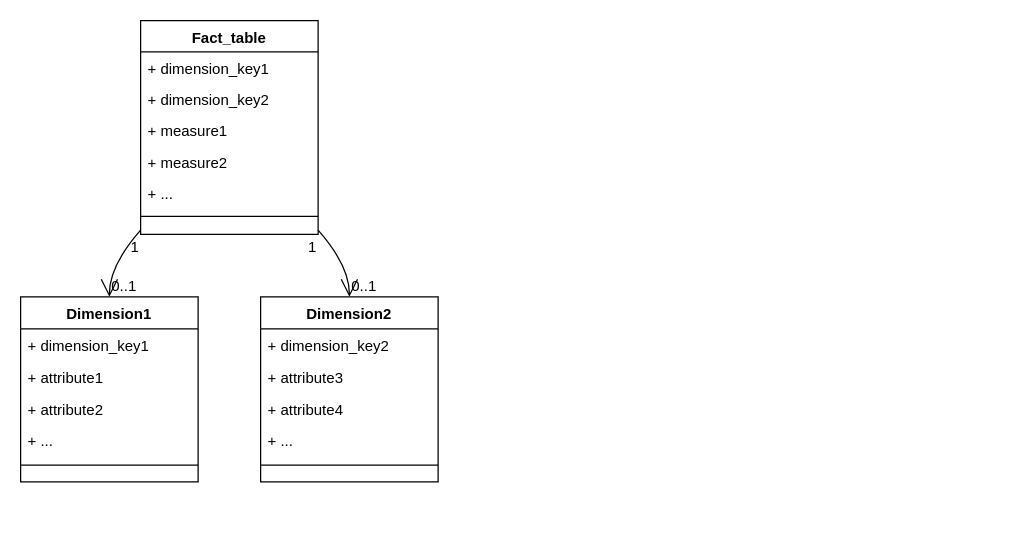
Above: Untitled Diagram.drawio in WambuiGichuru/magetrial (draw.io), before the change. Source tidied: cells renumbered, new cells numbered last; positions are measured from the earlier drawing's top-left corner, leaving out a move shared by most shapes. Both pictures are drawn from the tidied source at 125%, with x=0, y=0 at pixel (20, 20).
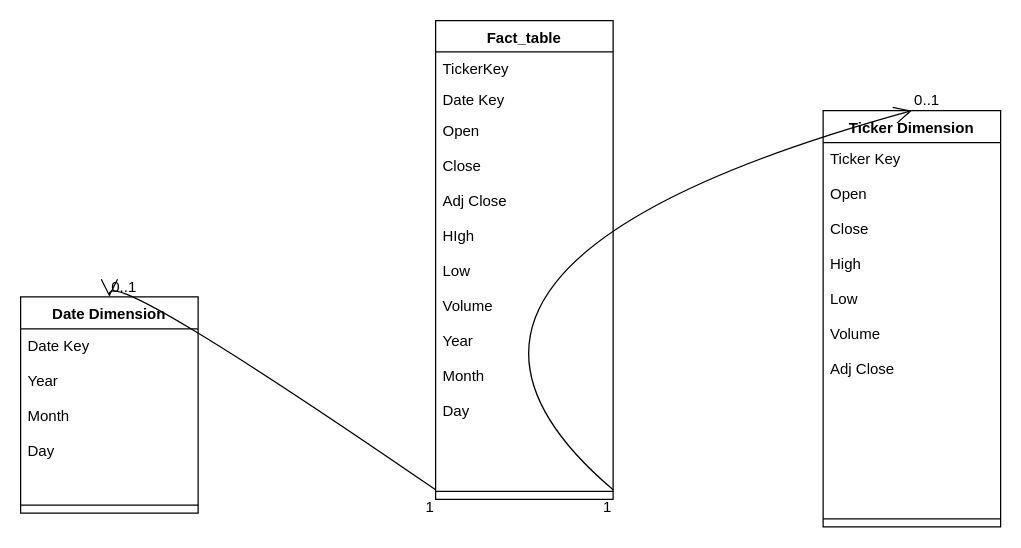
The same diagram, later.

The edit, as a diff of the source:
```diff
@@
     <mxCell id="2" value="Fact_table" style="swimlane;fontStyle=1;align=center;verticalAlign=top;horizontal=1;startSize=25.076923076923077;" parent="1" vertex="1">
-      <mxGeometry x="96" width="142" height="171" as="geometry" />
+      <mxGeometry x="332" width="142" height="383" as="geometry" />
     </mxCell>
-    <mxCell id="3" value="+ dimension_key1" style="text;strokeColor=none;fillColor=none;align=left;verticalAlign=top;spacingLeft=4;spacingRight=4;overflow=hidden;" parent="2" vertex="1">
-      <mxGeometry y="25" width="142" height="25" as="geometry" />
+    <mxCell id="3" value="TickerKey" style="text;strokeColor=none;fillColor=none;align=left;verticalAlign=top;spacingLeft=4;spacingRight=4;overflow=hidden;" parent="2" vertex="1">
+      <mxGeometry y="25.1" width="142" height="25" as="geometry" />
     </mxCell>
-    <mxCell id="4" value="+ dimension_key2" style="text;strokeColor=none;fillColor=none;align=left;verticalAlign=top;spacingLeft=4;spacingRight=4;overflow=hidden;" parent="2" vertex="1">
-      <mxGeometry y="50" width="142" height="25" as="geometry" />
+    <mxCell id="4" value="Date Key" style="text;strokeColor=none;fillColor=none;align=left;verticalAlign=top;spacingLeft=4;spacingRight=4;overflow=hidden;" parent="2" vertex="1">
+      <mxGeometry y="50.1" width="142" height="25" as="geometry" />
     </mxCell>
-    <mxCell id="5" value="+ measure1" style="text;strokeColor=none;fillColor=none;align=left;verticalAlign=top;spacingLeft=4;spacingRight=4;overflow=hidden;" parent="2" vertex="1">
-      <mxGeometry y="75" width="142" height="25" as="geometry" />
-    </mxCell>
-    <mxCell id="6" value="+ measure2" style="text;strokeColor=none;fillColor=none;align=left;verticalAlign=top;spacingLeft=4;spacingRight=4;overflow=hidden;" parent="2" vertex="1">
-      <mxGeometry y="100" width="142" height="25" as="geometry" />
-    </mxCell>
-    <mxCell id="7" value="+ ..." style="text;strokeColor=none;fillColor=none;align=left;verticalAlign=top;spacingLeft=4;spacingRight=4;overflow=hidden;" parent="2" vertex="1">
-      <mxGeometry y="125" width="142" height="25" as="geometry" />
+    <mxCell id="7" value="Open&#10;&#10;Close&#10;&#10;Adj Close&#10;&#10;HIgh&#10;&#10;Low&#10;&#10;Volume&#10;&#10;Year&#10;&#10;Month&#10;&#10;Day" style="text;strokeColor=none;fillColor=none;align=left;verticalAlign=top;spacingLeft=4;spacingRight=4;overflow=hidden;" parent="2" vertex="1">
+      <mxGeometry y="75.1" width="142" height="294.9" as="geometry" />
     </mxCell>
     <mxCell id="8" style="line;strokeWidth=1;fillColor=none;align=left;verticalAlign=middle;spacingTop=-1;spacingLeft=3;spacingRight=3;labelPosition=right;strokeColor=inherit;" parent="2" vertex="1">
-      <mxGeometry y="150" width="142" height="13" as="geometry" />
+      <mxGeometry y="370" width="142" height="13" as="geometry" />
     </mxCell>
-    <mxCell id="9" value="Dimension1" style="swimlane;fontStyle=1;align=center;verticalAlign=top;horizontal=1;startSize=25.515153364701703;" parent="1" vertex="1">
-      <mxGeometry y="221" width="142" height="148" as="geometry" />
+    <mxCell id="9" value="Date Dimension" style="swimlane;fontStyle=1;align=center;verticalAlign=top;horizontal=1;startSize=25.515153364701703;" parent="1" vertex="1">
+      <mxGeometry y="221" width="142" height="173" as="geometry" />
     </mxCell>
-    <mxCell id="10" value="+ dimension_key1" style="text;strokeColor=none;fillColor=none;align=left;verticalAlign=top;spacingLeft=4;spacingRight=4;overflow=hidden;" parent="9" vertex="1">
-      <mxGeometry y="26" width="142" height="26" as="geometry" />
+    <mxCell id="10" value="Date Key&#10;&#10;Year&#10;&#10;Month&#10;&#10;Day" style="text;strokeColor=none;fillColor=none;align=left;verticalAlign=top;spacingLeft=4;spacingRight=4;overflow=hidden;" parent="9" vertex="1">
+      <mxGeometry y="25.5" width="142" height="134.5" as="geometry" />
     </mxCell>
-    <mxCell id="11" value="+ attribute1" style="text;strokeColor=none;fillColor=none;align=left;verticalAlign=top;spacingLeft=4;spacingRight=4;overflow=hidden;" parent="9" vertex="1">
-      <mxGeometry y="51" width="142" height="26" as="geometry" />
-    </mxCell>
-    <mxCell id="12" value="+ attribute2" style="text;strokeColor=none;fillColor=none;align=left;verticalAlign=top;spacingLeft=4;spacingRight=4;overflow=hidden;" parent="9" vertex="1">
-      <mxGeometry y="77" width="142" height="26" as="geometry" />
-    </mxCell>
-    <mxCell id="13" value="+ ..." style="text;strokeColor=none;fillColor=none;align=left;verticalAlign=top;spacingLeft=4;spacingRight=4;overflow=hidden;" parent="9" vertex="1">
-      <mxGeometry y="102" width="142" height="26" as="geometry" />
-    </mxCell>
     <mxCell id="14" style="line;strokeWidth=1;fillColor=none;align=left;verticalAlign=middle;spacingTop=-1;spacingLeft=3;spacingRight=3;labelPosition=right;strokeColor=inherit;" parent="9" vertex="1">
-      <mxGeometry y="128" width="142" height="13" as="geometry" />
+      <mxGeometry y="160" width="142" height="13" as="geometry" />
     </mxCell>
-    <mxCell id="15" value="Dimension2" style="swimlane;fontStyle=1;align=center;verticalAlign=top;horizontal=1;startSize=25.515153364701703;" parent="1" vertex="1">
-      <mxGeometry x="192" y="221" width="142" height="148" as="geometry" />
+    <mxCell id="15" value="Ticker Dimension" style="swimlane;fontStyle=1;align=center;verticalAlign=top;horizontal=1;startSize=25.515153364701703;" parent="1" vertex="1">
+      <mxGeometry x="642" y="72" width="142" height="333" as="geometry" />
     </mxCell>
-    <mxCell id="16" value="+ dimension_key2" style="text;strokeColor=none;fillColor=none;align=left;verticalAlign=top;spacingLeft=4;spacingRight=4;overflow=hidden;" parent="15" vertex="1">
-      <mxGeometry y="26" width="142" height="26" as="geometry" />
+    <mxCell id="16" value="Ticker Key&#10;&#10;Open&#10;&#10;Close&#10;&#10;High&#10;&#10;Low&#10;&#10;Volume&#10;&#10;Adj Close&#10;" style="text;strokeColor=none;fillColor=none;align=left;verticalAlign=top;spacingLeft=4;spacingRight=4;overflow=hidden;" parent="15" vertex="1">
+      <mxGeometry y="25.5" width="142" height="294.5" as="geometry" />
     </mxCell>
-    <mxCell id="17" value="+ attribute3" style="text;strokeColor=none;fillColor=none;align=left;verticalAlign=top;spacingLeft=4;spacingRight=4;overflow=hidden;" parent="15" vertex="1">
-      <mxGeometry y="51" width="142" height="26" as="geometry" />
-    </mxCell>
-    <mxCell id="18" value="+ attribute4" style="text;strokeColor=none;fillColor=none;align=left;verticalAlign=top;spacingLeft=4;spacingRight=4;overflow=hidden;" parent="15" vertex="1">
-      <mxGeometry y="77" width="142" height="26" as="geometry" />
-    </mxCell>
-    <mxCell id="19" value="+ ..." style="text;strokeColor=none;fillColor=none;align=left;verticalAlign=top;spacingLeft=4;spacingRight=4;overflow=hidden;" parent="15" vertex="1">
-      <mxGeometry y="102" width="142" height="26" as="geometry" />
-    </mxCell>
     <mxCell id="20" style="line;strokeWidth=1;fillColor=none;align=left;verticalAlign=middle;spacingTop=-1;spacingLeft=3;spacingRight=3;labelPosition=right;strokeColor=inherit;" parent="15" vertex="1">
-      <mxGeometry y="128" width="142" height="13" as="geometry" />
+      <mxGeometry y="320" width="142" height="13" as="geometry" />
     </mxCell>
```
